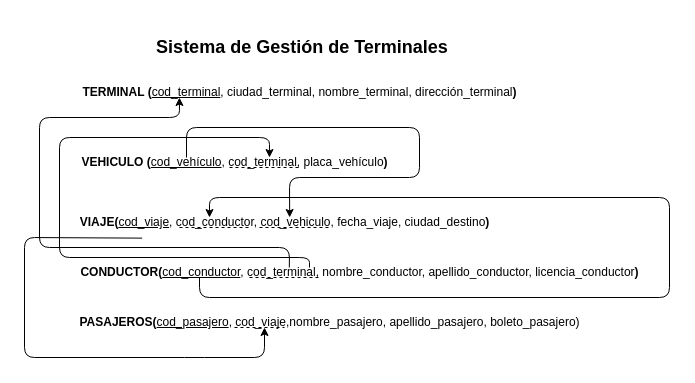
Before: grafo.drawio in Vladimirjon/Proyecto_BDD, a draw.io diagram. Source tidied: cells renumbered, new cells numbered last; positions are measured from the earlier drawing's top-left corner, leaving out a move shared by most shapes. Both pictures are drawn from the tidied source at 100%, with x=0, y=0 at pixel (24, 17).
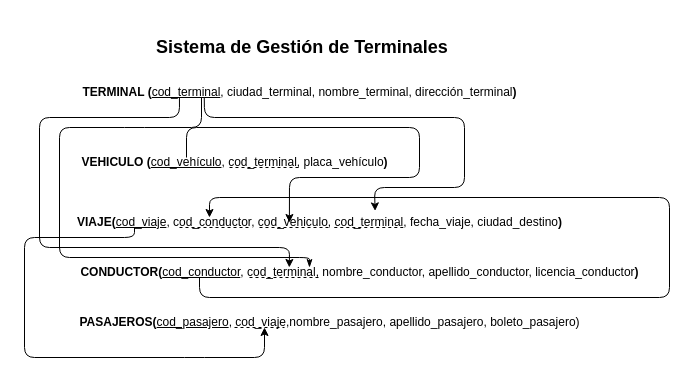
The same diagram, later.

Commit message (it also covers changes not shown here):
Correcíon Modelo E-R y grafo.

Unchanged cells that the change refers to:
```xml
<mxCell id="2" value="&lt;b&gt;TERMINAL (&lt;/b&gt;&lt;u&gt;cod_terminal&lt;/u&gt;, ciudad_terminal, nombre_terminal, dirección_terminal&lt;b&gt;)&lt;/b&gt;" style="text;html=1;align=center;verticalAlign=middle;points=[];strokeColor=none;fillColor=none;" parent="1" vertex="1">
  <mxGeometry x="45" y="60" width="460" height="30" as="geometry" />
</mxCell>
<mxCell id="5" value="&lt;b&gt;CONDUCTOR(&lt;/b&gt;&lt;u&gt;cod_conductor&lt;/u&gt;, cod_terminal, nombre_conductor, apellido&lt;span style=&quot;color: rgb(0, 0, 0);&quot;&gt;_conductor&lt;/span&gt;, licencia_conductor&lt;b&gt;)&lt;/b&gt;" style="text;html=1;align=center;verticalAlign=middle;points=[];strokeColor=none;fillColor=none;" parent="1" vertex="1">
  <mxGeometry x="45" y="240" width="580" height="30" as="geometry" />
</mxCell>
```

Diff of the diagram source:
```diff
@@
-    <mxCell id="4" value="&lt;b&gt;VIAJE(&lt;/b&gt;&lt;u&gt;cod_viaje&lt;/u&gt;, cod_conductor, cod_vehiculo, fecha_viaje, ciudad_destino&lt;b&gt;)&lt;/b&gt;" style="text;html=1;align=center;verticalAlign=middle;points=[];strokeColor=none;fillColor=none;" parent="1" vertex="1">
-      <mxGeometry x="45" y="190" width="430" height="30" as="geometry" />
+    <mxCell id="4" value="&lt;b&gt;VIAJE(&lt;/b&gt;&lt;u&gt;cod_viaje&lt;/u&gt;, cod_conductor, cod_vehiculo, cod_terminal, fecha_viaje, ciudad_destino&lt;b&gt;)&lt;/b&gt;" style="text;html=1;align=center;verticalAlign=middle;points=[];strokeColor=none;fillColor=none;" parent="1" vertex="1">
+      <mxGeometry x="40" y="190" width="510" height="30" as="geometry" />
     </mxCell>
@@
-    <mxCell id="8" style="endArrow=classic;html=1;entryX=0.239;entryY=0.667;entryDx=0;entryDy=0;entryPerimeter=0;exitX=0.379;exitY=0.333;exitDx=0;exitDy=0;exitPerimeter=0;" parent="1" edge="1" source="5" target="2">
+    <mxCell id="8" style="endArrow=none;html=1;entryX=0.239;entryY=0.667;entryDx=0;entryDy=0;entryPerimeter=0;exitX=0.379;exitY=0.333;exitDx=0;exitDy=0;exitPerimeter=0;startArrow=classic;startFill=1;endFill=0;" parent="1" edge="1" source="5" target="2">
       <mxGeometry relative="1" as="geometry">
         <Array as="points">
           <mxPoint x="265" y="230" />
           <mxPoint x="15" y="230" />
           <mxPoint x="15" y="100" />
           <mxPoint x="155" y="100" />
         </Array>
       </mxGeometry>
     </mxCell>
@@
-    <mxCell id="11" style="endArrow=classic;html=1;exitX=0.379;exitY=0.333;exitDx=0;exitDy=0;exitPerimeter=0;" parent="1" edge="1">
+    <mxCell id="11" style="endArrow=none;html=1;exitX=0.379;exitY=0.333;exitDx=0;exitDy=0;exitPerimeter=0;startArrow=classicThin;startFill=1;endFill=0;" parent="1" edge="1">
       <mxGeometry relative="1" as="geometry">
         <mxPoint x="285" y="250" as="sourcePoint" />
-        <mxPoint x="245" y="140" as="targetPoint" />
+        <mxPoint x="177" y="80" as="targetPoint" />
         <Array as="points">
           <mxPoint x="285" y="240" />
           <mxPoint x="35" y="240" />
-          <mxPoint x="35" y="120" />
-          <mxPoint x="245" y="120" />
+          <mxPoint x="35" y="110" />
+          <mxPoint x="110" y="110" />
+          <mxPoint x="177" y="110" />
         </Array>
       </mxGeometry>
     </mxCell>
@@
-    <mxCell id="14" style="endArrow=classic;html=1;entryX=0.512;entryY=0.333;entryDx=0;entryDy=0;entryPerimeter=0;" parent="1" edge="1" target="4">
+    <mxCell id="14" style="endArrow=classic;html=1;entryX=0.441;entryY=0.5;entryDx=0;entryDy=0;entryPerimeter=0;" parent="1" edge="1" target="4">
       <mxGeometry relative="1" as="geometry">
         <mxPoint x="162" y="140" as="sourcePoint" />
         <Array as="points">
           <mxPoint x="162" y="110" />
           <mxPoint x="395" y="110" />
           <mxPoint x="395" y="160" />
           <mxPoint x="265" y="160" />
         </Array>
       </mxGeometry>
     </mxCell>
@@
-    <mxCell id="17" style="endArrow=classic;html=1;exitX=0.169;exitY=1.021;exitDx=0;exitDy=0;exitPerimeter=0;" parent="1" edge="1" source="4">
+    <mxCell id="17" style="endArrow=classic;html=1;" parent="1" edge="1">
       <mxGeometry relative="1" as="geometry">
+        <mxPoint x="110" y="210" as="sourcePoint" />
         <mxPoint x="240" y="310" as="targetPoint" />
         <Array as="points">
+          <mxPoint x="110" y="210" />
+          <mxPoint x="110" y="220" />
           <mxPoint y="220" />
           <mxPoint y="340" />
           <mxPoint x="170" y="340" />
           <mxPoint x="240" y="340" />
         </Array>
       </mxGeometry>
     </mxCell>
+    <mxCell id="18" style="endArrow=none;dashed=1;html=1;exitX=0.529;exitY=0.667;exitDx=0;exitDy=0;exitPerimeter=0;" parent="1" edge="1" source="4">
+      <mxGeometry relative="1" as="geometry">
+        <mxPoint x="380" y="210" as="targetPoint" />
+      </mxGeometry>
+    </mxCell>
+    <mxCell id="19" style="endArrow=classic;html=1;exitX=0.293;exitY=0.667;exitDx=0;exitDy=0;exitPerimeter=0;entryX=0.609;entryY=0.113;entryDx=0;entryDy=0;entryPerimeter=0;" parent="1" edge="1" source="2" target="4">
+      <mxGeometry relative="1" as="geometry">
+        <Array as="points">
+          <mxPoint x="180" y="100" />
+          <mxPoint x="440" y="100" />
+          <mxPoint x="440" y="170" />
+          <mxPoint x="350" y="170" />
+        </Array>
+      </mxGeometry>
+    </mxCell>
```
